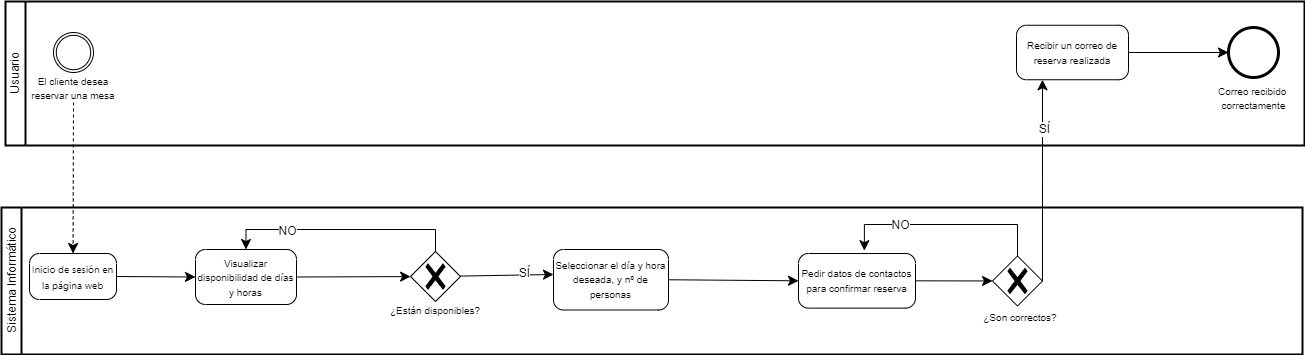
luciarinconpozo/Cibercafe keeps this draw.io diagram as BPMN/BPMN_Reserva.drawio.png. Above is the earlier version. Source tidied: cells renumbered, new cells last; positions are measured from the earlier drawing's top-left corner, leaving out a move shared by most shapes.
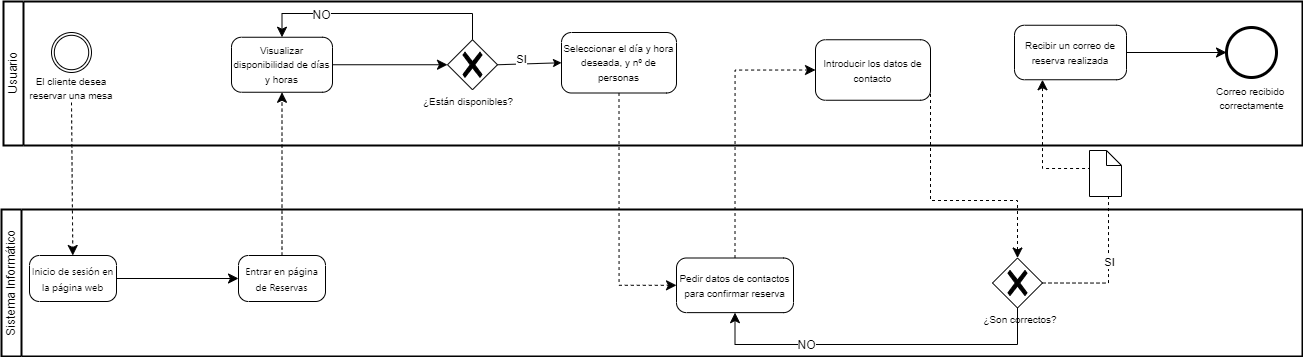
The same file after the commit.

Commit message:
bpmn corregido

Diff of the diagram source:
```diff
@@ -20,79 +20,107 @@
     <mxCell id="7" value="&lt;font style=&quot;font-size: 10px;&quot;&gt;Correo recibido&amp;nbsp;&lt;/font&gt;&lt;div&gt;&lt;font style=&quot;font-size: 10px;&quot;&gt;correctamente&lt;/font&gt;&lt;/div&gt;" style="points=[[0.145,0.145,0],[0.5,0,0],[0.855,0.145,0],[1,0.5,0],[0.855,0.855,0],[0.5,1,0],[0.145,0.855,0],[0,0.5,0]];shape=mxgraph.bpmn.event;html=1;verticalLabelPosition=bottom;labelBackgroundColor=#ffffff;verticalAlign=top;align=center;perimeter=ellipsePerimeter;outlineConnect=0;outline=end;symbol=terminate2;" parent="2" vertex="1">
       <mxGeometry x="1223" y="26" width="50" height="50" as="geometry" />
     </mxCell>
+    <mxCell id="17" value="&lt;font style=&quot;font-size: 10px;&quot;&gt;Seleccionar el día y hora deseada, y nº de personas&lt;/font&gt;" style="points=[[0.25,0,0],[0.5,0,0],[0.75,0,0],[1,0.25,0],[1,0.5,0],[1,0.75,0],[0.75,1,0],[0.5,1,0],[0.25,1,0],[0,0.75,0],[0,0.5,0],[0,0.25,0]];shape=mxgraph.bpmn.task;whiteSpace=wrap;rectStyle=rounded;size=10;html=1;taskMarker=abstract;" parent="2" vertex="1">
+      <mxGeometry x="558" y="31" width="115" height="60.5" as="geometry" />
+    </mxCell>
+    <mxCell id="13" style="points=[[0.25,0.25,0],[0.5,0,0],[0.75,0.25,0],[1,0.5,0],[0.75,0.75,0],[0.5,1,0],[0.25,0.75,0],[0,0.5,0]];shape=mxgraph.bpmn.gateway2;html=1;verticalLabelPosition=bottom;labelBackgroundColor=#ffffff;verticalAlign=top;align=center;perimeter=rhombusPerimeter;outlineConnect=0;outline=none;symbol=none;gwType=exclusive;" parent="2" vertex="1">
+      <mxGeometry x="444" y="38.2" width="50" height="50" as="geometry" />
+    </mxCell>
+    <mxCell id="11" value="&lt;font style=&quot;font-size: 10px;&quot;&gt;Visualizar disponibilidad de días y horas&lt;/font&gt;" style="points=[[0.25,0,0],[0.5,0,0],[0.75,0,0],[1,0.25,0],[1,0.5,0],[1,0.75,0],[0.75,1,0],[0.5,1,0],[0.25,1,0],[0,0.75,0],[0,0.5,0],[0,0.25,0]];shape=mxgraph.bpmn.task;whiteSpace=wrap;rectStyle=rounded;size=10;html=1;taskMarker=abstract;" parent="2" vertex="1">
+      <mxGeometry x="228" y="35.8" width="101" height="55" as="geometry" />
+    </mxCell>
+    <mxCell id="10" style="edgeStyle=none;curved=1;rounded=0;jettySize=auto;html=1;exitX=1;exitY=0.5;exitDx=0;exitDy=0;exitPerimeter=0;fontSize=12;startSize=8;endSize=8;" parent="2" edge="1" source="11" target="13">
+      <mxGeometry relative="1" as="geometry" />
+    </mxCell>
+    <mxCell id="15" style="edgeStyle=elbowEdgeStyle;elbow=horizontal;endArrow=classic;html=1;curved=0;rounded=0;endSize=8;startSize=8;fontSize=12;entryX=0.5;entryY=0;entryDx=0;entryDy=0;entryPerimeter=0;exitX=0.5;exitY=0;exitDx=0;exitDy=0;exitPerimeter=0;" parent="2" edge="1" source="13" target="11">
+      <mxGeometry relative="1" as="geometry">
+        <Array as="points">
+          <mxPoint x="378" y="12" />
+        </Array>
+      </mxGeometry>
+    </mxCell>
+    <mxCell id="16" value="NO" style="edgeLabel;html=1;align=center;verticalAlign=middle;fontSize=12;" parent="15" vertex="1">
+      <mxGeometry x="0.48" y="1" relative="1" as="geometry" />
+    </mxCell>
+    <mxCell id="14" value="&lt;p style=&quot;line-height: 74%;&quot;&gt;&lt;font style=&quot;font-size: 10px;&quot;&gt;¿Están disponibles?&lt;/font&gt;&lt;/p&gt;" style="text;strokeColor=none;fillColor=none;html=1;align=center;verticalAlign=middle;whiteSpace=wrap;rounded=0;fontSize=16;" parent="2" vertex="1">
+      <mxGeometry x="418" y="84" width="94" height="30" as="geometry" />
+    </mxCell>
+    <mxCell id="18" style="endArrow=classic;html=1;rounded=0;exitX=1;exitY=0.5;exitDx=0;exitDy=0;exitPerimeter=0;entryX=0;entryY=0.5;entryDx=0;entryDy=0;entryPerimeter=0;" parent="2" edge="1" source="13" target="17">
+      <mxGeometry relative="1" as="geometry" />
+    </mxCell>
+    <mxCell id="30" value="SI" style="edgeLabel;html=1;align=center;verticalAlign=middle;" parent="18" vertex="1">
+      <mxGeometry x="-0.26" y="5" relative="1" as="geometry" />
+    </mxCell>
+    <mxCell id="31" value="&lt;font style=&quot;font-size: 10px;&quot;&gt;Introducir los datos de contacto&lt;/font&gt;" style="points=[[0.25,0,0],[0.5,0,0],[0.75,0,0],[1,0.25,0],[1,0.5,0],[1,0.75,0],[0.75,1,0],[0.5,1,0],[0.25,1,0],[0,0.75,0],[0,0.5,0],[0,0.25,0]];shape=mxgraph.bpmn.task;whiteSpace=wrap;rectStyle=rounded;size=10;html=1;taskMarker=abstract;" parent="2" vertex="1">
+      <mxGeometry x="812" y="38.2" width="115" height="60.5" as="geometry" />
+    </mxCell>
     <mxCell id="8" value="Sistema Informático" style="swimlane;html=1;startSize=20;fontStyle=0;horizontal=0;swimlaneLine=1;swimlaneFillColor=#ffffff;strokeWidth=2;whiteSpace=wrap;" parent="1" vertex="1">
-      <mxGeometry y="206" width="1301" height="147" as="geometry" />
+      <mxGeometry x="2" y="208" width="1301" height="147" as="geometry" />
     </mxCell>
     <mxCell id="9" value="&lt;span style=&quot;border: 0px solid rgb(227, 227, 227); box-sizing: border-box; --tw-border-spacing-x: 0; --tw-border-spacing-y: 0; --tw-translate-x: 0; --tw-translate-y: 0; --tw-rotate: 0; --tw-skew-x: 0; --tw-skew-y: 0; --tw-scale-x: 1; --tw-scale-y: 1; --tw-pan-x: ; --tw-pan-y: ; --tw-pinch-zoom: ; --tw-scroll-snap-strictness: proximity; --tw-gradient-from-position: ; --tw-gradient-via-position: ; --tw-gradient-to-position: ; --tw-ordinal: ; --tw-slashed-zero: ; --tw-numeric-figure: ; --tw-numeric-spacing: ; --tw-numeric-fraction: ; --tw-ring-inset: ; --tw-ring-offset-width: 0px; --tw-ring-offset-color: #fff; --tw-ring-color: rgba(69,89,164,.5); --tw-ring-offset-shadow: 0 0 transparent; --tw-ring-shadow: 0 0 transparent; --tw-shadow: 0 0 transparent; --tw-shadow-colored: 0 0 transparent; --tw-blur: ; --tw-brightness: ; --tw-contrast: ; --tw-grayscale: ; --tw-hue-rotate: ; --tw-invert: ; --tw-saturate: ; --tw-sepia: ; --tw-drop-shadow: ; --tw-backdrop-blur: ; --tw-backdrop-brightness: ; --tw-backdrop-contrast: ; --tw-backdrop-grayscale: ; --tw-backdrop-hue-rotate: ; --tw-backdrop-invert: ; --tw-backdrop-opacity: ; --tw-backdrop-saturate: ; --tw-backdrop-sepia: ; --tw-contain-size: ; --tw-contain-layout: ; --tw-contain-paint: ; --tw-contain-style: ; font-family: Söhne, ui-sans-serif, system-ui, -apple-system, &amp;quot;Segoe UI&amp;quot;, Roboto, Ubuntu, Cantarell, &amp;quot;Noto Sans&amp;quot;, sans-serif, &amp;quot;Helvetica Neue&amp;quot;, Arial, &amp;quot;Apple Color Emoji&amp;quot;, &amp;quot;Segoe UI Emoji&amp;quot;, &amp;quot;Segoe UI Symbol&amp;quot;, &amp;quot;Noto Color Emoji&amp;quot;; text-align: left; white-space-collapse: preserve;&quot;&gt;&lt;font style=&quot;font-size: 10px;&quot;&gt;Inicio de sesión en la página web&lt;/font&gt;&lt;/span&gt;" style="points=[[0.25,0,0],[0.5,0,0],[0.75,0,0],[1,0.25,0],[1,0.5,0],[1,0.75,0],[0.75,1,0],[0.5,1,0],[0.25,1,0],[0,0.75,0],[0,0.5,0],[0,0.25,0]];shape=mxgraph.bpmn.task;whiteSpace=wrap;rectStyle=rounded;size=10;html=1;taskMarker=abstract;" parent="8" vertex="1">
       <mxGeometry x="28" y="46" width="87" height="46" as="geometry" />
     </mxCell>
-    <mxCell id="10" style="edgeStyle=none;curved=1;rounded=0;jettySize=auto;html=1;exitX=1;exitY=0.5;exitDx=0;exitDy=0;exitPerimeter=0;fontSize=12;startSize=8;endSize=8;" parent="8" edge="1" source="11" target="13">
-      <mxGeometry relative="1" as="geometry" />
-    </mxCell>
-    <mxCell id="11" value="&lt;font style=&quot;font-size: 10px;&quot;&gt;Visualizar disponibilidad de días y horas&lt;/font&gt;" style="points=[[0.25,0,0],[0.5,0,0],[0.75,0,0],[1,0.25,0],[1,0.5,0],[1,0.75,0],[0.75,1,0],[0.5,1,0],[0.25,1,0],[0,0.75,0],[0,0.5,0],[0,0.25,0]];shape=mxgraph.bpmn.task;whiteSpace=wrap;rectStyle=rounded;size=10;html=1;taskMarker=abstract;" parent="8" vertex="1">
-      <mxGeometry x="194" y="42" width="101" height="55" as="geometry" />
-    </mxCell>
-    <mxCell id="12" style="edgeStyle=none;curved=1;rounded=0;jettySize=auto;html=1;exitX=1;exitY=0.5;exitDx=0;exitDy=0;exitPerimeter=0;entryX=0;entryY=0.5;entryDx=0;entryDy=0;entryPerimeter=0;fontSize=12;startSize=8;endSize=8;" parent="8" edge="1" source="9" target="11">
-      <mxGeometry relative="1" as="geometry" />
-    </mxCell>
-    <mxCell id="13" style="points=[[0.25,0.25,0],[0.5,0,0],[0.75,0.25,0],[1,0.5,0],[0.75,0.75,0],[0.5,1,0],[0.25,0.75,0],[0,0.5,0]];shape=mxgraph.bpmn.gateway2;html=1;verticalLabelPosition=bottom;labelBackgroundColor=#ffffff;verticalAlign=top;align=center;perimeter=rhombusPerimeter;outlineConnect=0;outline=none;symbol=none;gwType=exclusive;" parent="8" vertex="1">
-      <mxGeometry x="409" y="44" width="50" height="50" as="geometry" />
-    </mxCell>
-    <mxCell id="14" value="&lt;p style=&quot;line-height: 74%;&quot;&gt;&lt;font style=&quot;font-size: 10px;&quot;&gt;¿Están disponibles?&lt;/font&gt;&lt;/p&gt;" style="text;strokeColor=none;fillColor=none;html=1;align=center;verticalAlign=middle;whiteSpace=wrap;rounded=0;fontSize=16;" parent="8" vertex="1">
-      <mxGeometry x="387" y="87" width="94" height="30" as="geometry" />
-    </mxCell>
-    <mxCell id="15" style="edgeStyle=elbowEdgeStyle;elbow=horizontal;endArrow=classic;html=1;curved=0;rounded=0;endSize=8;startSize=8;fontSize=12;entryX=0.5;entryY=0;entryDx=0;entryDy=0;entryPerimeter=0;exitX=0.5;exitY=0;exitDx=0;exitDy=0;exitPerimeter=0;" parent="8" edge="1" source="13" target="11">
-      <mxGeometry relative="1" as="geometry">
-        <Array as="points">
-          <mxPoint x="339" y="22" />
-        </Array>
-      </mxGeometry>
-    </mxCell>
-    <mxCell id="16" value="NO" style="edgeLabel;html=1;align=center;verticalAlign=middle;fontSize=12;" parent="15" vertex="1">
-      <mxGeometry x="0.48" y="1" relative="1" as="geometry" />
-    </mxCell>
-    <mxCell id="17" value="&lt;font style=&quot;font-size: 10px;&quot;&gt;Seleccionar el día y hora deseada, y nº de personas&lt;/font&gt;" style="points=[[0.25,0,0],[0.5,0,0],[0.75,0,0],[1,0.25,0],[1,0.5,0],[1,0.75,0],[0.75,1,0],[0.5,1,0],[0.25,1,0],[0,0.75,0],[0,0.5,0],[0,0.25,0]];shape=mxgraph.bpmn.task;whiteSpace=wrap;rectStyle=rounded;size=10;html=1;taskMarker=abstract;" parent="8" vertex="1">
-      <mxGeometry x="552" y="42" width="115" height="60.5" as="geometry" />
-    </mxCell>
-    <mxCell id="18" style="endArrow=classic;html=1;rounded=0;fontSize=12;startSize=8;endSize=8;curved=1;entryX=0;entryY=0.413;entryDx=0;entryDy=0;entryPerimeter=0;" parent="8" edge="1" source="13" target="17">
-      <mxGeometry relative="1" as="geometry" />
-    </mxCell>
-    <mxCell id="19" value="SÍ" style="edgeLabel;html=1;align=center;verticalAlign=middle;fontSize=12;" parent="18" vertex="1">
-      <mxGeometry x="0.36" y="2" relative="1" as="geometry" />
-    </mxCell>
-    <mxCell id="20" style="edgeStyle=none;curved=1;rounded=0;jettySize=auto;html=1;exitX=1;exitY=0.5;exitDx=0;exitDy=0;exitPerimeter=0;fontSize=12;startSize=8;endSize=8;" parent="8" edge="1" source="21" target="23">
-      <mxGeometry relative="1" as="geometry" />
-    </mxCell>
     <mxCell id="21" value="&lt;font style=&quot;font-size: 10px;&quot;&gt;Pedir datos de contactos para confirmar reserva&lt;/font&gt;" style="points=[[0.25,0,0],[0.5,0,0],[0.75,0,0],[1,0.25,0],[1,0.5,0],[1,0.75,0],[0.75,1,0],[0.5,1,0],[0.25,1,0],[0,0.75,0],[0,0.5,0],[0,0.25,0]];shape=mxgraph.bpmn.task;whiteSpace=wrap;rectStyle=rounded;size=10;html=1;taskMarker=abstract;" parent="8" vertex="1">
-      <mxGeometry x="797" y="46" width="117" height="54.6" as="geometry" />
+      <mxGeometry x="675" y="48.5" width="117" height="54.6" as="geometry" />
     </mxCell>
-    <mxCell id="22" style="edgeStyle=none;curved=1;rounded=0;jettySize=auto;html=1;exitX=1;exitY=0.5;exitDx=0;exitDy=0;exitPerimeter=0;entryX=0;entryY=0.5;entryDx=0;entryDy=0;entryPerimeter=0;fontSize=12;startSize=8;endSize=8;" parent="8" edge="1" source="17" target="21">
-      <mxGeometry relative="1" as="geometry" />
-    </mxCell>
     <mxCell id="23" style="points=[[0.25,0.25,0],[0.5,0,0],[0.75,0.25,0],[1,0.5,0],[0.75,0.75,0],[0.5,1,0],[0.25,0.75,0],[0,0.5,0]];shape=mxgraph.bpmn.gateway2;html=1;verticalLabelPosition=bottom;labelBackgroundColor=#ffffff;verticalAlign=top;align=center;perimeter=rhombusPerimeter;outlineConnect=0;outline=none;symbol=none;gwType=exclusive;" parent="8" vertex="1">
       <mxGeometry x="991" y="48.5" width="50" height="50" as="geometry" />
     </mxCell>
     <mxCell id="24" value="&lt;p style=&quot;line-height: 74%;&quot;&gt;&lt;font style=&quot;font-size: 10px;&quot;&gt;¿Son correctos?&lt;/font&gt;&lt;/p&gt;" style="text;strokeColor=none;fillColor=none;html=1;align=center;verticalAlign=middle;whiteSpace=wrap;rounded=0;fontSize=16;" parent="8" vertex="1">
       <mxGeometry x="972" y="94" width="94" height="30" as="geometry" />
     </mxCell>
-    <mxCell id="25" style="edgeStyle=elbowEdgeStyle;elbow=vertical;endArrow=classic;html=1;curved=0;rounded=0;endSize=8;startSize=8;fontSize=12;exitX=0.5;exitY=0;exitDx=0;exitDy=0;exitPerimeter=0;entryX=0.563;entryY=-0.052;entryDx=0;entryDy=0;entryPerimeter=0;" parent="8" edge="1" source="23" target="21">
+    <mxCell id="25" style="edgeStyle=elbowEdgeStyle;elbow=vertical;endArrow=classic;html=1;curved=0;rounded=0;endSize=8;startSize=8;fontSize=12;entryX=0.5;entryY=1;entryDx=0;entryDy=0;entryPerimeter=0;" parent="8" edge="1" source="23" target="21">
       <mxGeometry relative="1" as="geometry">
         <Array as="points">
-          <mxPoint x="939" y="17" />
+          <mxPoint x="877" y="135" />
         </Array>
       </mxGeometry>
     </mxCell>
     <mxCell id="26" value="NO" style="edgeLabel;html=1;align=center;verticalAlign=middle;fontSize=12;" parent="25" vertex="1">
       <mxGeometry x="0.41" relative="1" as="geometry" />
     </mxCell>
+    <mxCell id="32" value="&lt;span style=&quot;border: 0px solid rgb(227, 227, 227); box-sizing: border-box; --tw-border-spacing-x: 0; --tw-border-spacing-y: 0; --tw-translate-x: 0; --tw-translate-y: 0; --tw-rotate: 0; --tw-skew-x: 0; --tw-skew-y: 0; --tw-scale-x: 1; --tw-scale-y: 1; --tw-pan-x: ; --tw-pan-y: ; --tw-pinch-zoom: ; --tw-scroll-snap-strictness: proximity; --tw-gradient-from-position: ; --tw-gradient-via-position: ; --tw-gradient-to-position: ; --tw-ordinal: ; --tw-slashed-zero: ; --tw-numeric-figure: ; --tw-numeric-spacing: ; --tw-numeric-fraction: ; --tw-ring-inset: ; --tw-ring-offset-width: 0px; --tw-ring-offset-color: #fff; --tw-ring-color: rgba(69,89,164,.5); --tw-ring-offset-shadow: 0 0 transparent; --tw-ring-shadow: 0 0 transparent; --tw-shadow: 0 0 transparent; --tw-shadow-colored: 0 0 transparent; --tw-blur: ; --tw-brightness: ; --tw-contrast: ; --tw-grayscale: ; --tw-hue-rotate: ; --tw-invert: ; --tw-saturate: ; --tw-sepia: ; --tw-drop-shadow: ; --tw-backdrop-blur: ; --tw-backdrop-brightness: ; --tw-backdrop-contrast: ; --tw-backdrop-grayscale: ; --tw-backdrop-hue-rotate: ; --tw-backdrop-invert: ; --tw-backdrop-opacity: ; --tw-backdrop-saturate: ; --tw-backdrop-sepia: ; --tw-contain-size: ; --tw-contain-layout: ; --tw-contain-paint: ; --tw-contain-style: ; font-family: Söhne, ui-sans-serif, system-ui, -apple-system, &amp;quot;Segoe UI&amp;quot;, Roboto, Ubuntu, Cantarell, &amp;quot;Noto Sans&amp;quot;, sans-serif, &amp;quot;Helvetica Neue&amp;quot;, Arial, &amp;quot;Apple Color Emoji&amp;quot;, &amp;quot;Segoe UI Emoji&amp;quot;, &amp;quot;Segoe UI Symbol&amp;quot;, &amp;quot;Noto Color Emoji&amp;quot;; text-align: left; white-space-collapse: preserve;&quot;&gt;&lt;font style=&quot;font-size: 10px;&quot;&gt;Entrar en página de Reservas&lt;/font&gt;&lt;/span&gt;" style="points=[[0.25,0,0],[0.5,0,0],[0.75,0,0],[1,0.25,0],[1,0.5,0],[1,0.75,0],[0.75,1,0],[0.5,1,0],[0.25,1,0],[0,0.75,0],[0,0.5,0],[0,0.25,0]];shape=mxgraph.bpmn.task;whiteSpace=wrap;rectStyle=rounded;size=10;html=1;taskMarker=abstract;" parent="8" vertex="1">
+      <mxGeometry x="237" y="46" width="87" height="46" as="geometry" />
+    </mxCell>
+    <mxCell id="12" style="edgeStyle=none;curved=1;rounded=0;jettySize=auto;html=1;exitX=1;exitY=0.5;exitDx=0;exitDy=0;exitPerimeter=0;fontSize=12;startSize=8;endSize=8;entryX=0;entryY=0.5;entryDx=0;entryDy=0;entryPerimeter=0;" parent="8" edge="1" source="9" target="32">
+      <mxGeometry relative="1" as="geometry" />
+    </mxCell>
     <mxCell id="27" style="edgeStyle=none;curved=1;rounded=0;jettySize=auto;html=1;exitX=0.5;exitY=1;exitDx=0;exitDy=0;fontSize=12;startSize=8;endSize=8;dashed=1;" parent="1" edge="1" source="4" target="9">
       <mxGeometry relative="1" as="geometry" />
     </mxCell>
-    <mxCell id="28" style="edgeStyle=elbowEdgeStyle;elbow=horizontal;endArrow=classic;html=1;curved=0;rounded=0;endSize=8;startSize=8;fontSize=12;exitX=1;exitY=0.5;exitDx=0;exitDy=0;exitPerimeter=0;" parent="1" edge="1" source="23" target="6">
-      <mxGeometry relative="1" as="geometry" />
+    <mxCell id="28" style="edgeStyle=orthogonalEdgeStyle;rounded=0;jettySize=auto;html=1;fontSize=12;startSize=8;endSize=8;dashed=1;exitX=1;exitY=0.5;exitDx=0;exitDy=0;exitPerimeter=0;entryX=0.25;entryY=1;entryDx=0;entryDy=0;entryPerimeter=0;" parent="1" edge="1" source="23" target="6">
+      <mxGeometry relative="1" as="geometry">
+        <Array as="points">
+          <mxPoint x="1109" y="282" />
+          <mxPoint x="1109" y="167" />
+          <mxPoint x="1043" y="167" />
+        </Array>
+      </mxGeometry>
     </mxCell>
-    <mxCell id="29" value="SÍ" style="edgeLabel;html=1;align=center;verticalAlign=middle;fontSize=12;" parent="28" vertex="1">
-      <mxGeometry x="0.51" y="-1" relative="1" as="geometry" />
-    </mxCell>
+    <mxCell id="33" value="SI" style="edgeLabel;html=1;align=center;verticalAlign=middle;" parent="28" vertex="1">
+      <mxGeometry x="-0.48" relative="1" as="geometry">
+        <mxPoint y="1" as="offset" />
+      </mxGeometry>
+    </mxCell>
+    <mxCell id="34" style="shape=mxgraph.bpmn.data;labelPosition=center;verticalLabelPosition=bottom;align=center;verticalAlign=top;size=15;html=1;" parent="1" vertex="1">
+      <mxGeometry x="1090" y="149" width="32" height="46" as="geometry" />
+    </mxCell>
+    <mxCell id="22" style="edgeStyle=orthogonalEdgeStyle;rounded=0;jettySize=auto;html=1;fontSize=12;startSize=8;endSize=8;dashed=1;exitX=0.5;exitY=1;exitDx=0;exitDy=0;exitPerimeter=0;entryX=0;entryY=0.5;entryDx=0;entryDy=0;entryPerimeter=0;" parent="1" edge="1" source="17" target="21">
+      <mxGeometry relative="1" as="geometry" />
+    </mxCell>
+    <mxCell id="35" style="edgeStyle=none;curved=1;rounded=0;jettySize=auto;html=1;fontSize=12;startSize=8;endSize=8;dashed=1;exitX=0.5;exitY=0;exitDx=0;exitDy=0;exitPerimeter=0;entryX=0.5;entryY=1;entryDx=0;entryDy=0;entryPerimeter=0;" parent="1" edge="1" source="32" target="11">
+      <mxGeometry relative="1" as="geometry" />
+    </mxCell>
+    <mxCell id="36" style="edgeStyle=orthogonalEdgeStyle;rounded=0;jettySize=auto;html=1;fontSize=12;startSize=8;endSize=8;dashed=1;exitX=0.5;exitY=0;exitDx=0;exitDy=0;exitPerimeter=0;entryX=0;entryY=0.5;entryDx=0;entryDy=0;entryPerimeter=0;" parent="1" edge="1" source="21" target="31">
+      <mxGeometry relative="1" as="geometry" />
+    </mxCell>
+    <mxCell id="37" style="edgeStyle=orthogonalEdgeStyle;rounded=0;jettySize=auto;html=1;fontSize=12;startSize=8;endSize=8;dashed=1;exitX=1;exitY=0.5;exitDx=0;exitDy=0;exitPerimeter=0;entryX=0.5;entryY=0;entryDx=0;entryDy=0;entryPerimeter=0;" parent="1" edge="1" source="31" target="23">
+      <mxGeometry relative="1" as="geometry">
+        <Array as="points">
+          <mxPoint x="931" y="199" />
+          <mxPoint x="1018" y="199" />
+        </Array>
+      </mxGeometry>
+    </mxCell>
   </root>
 </mxGraphModel>
```
